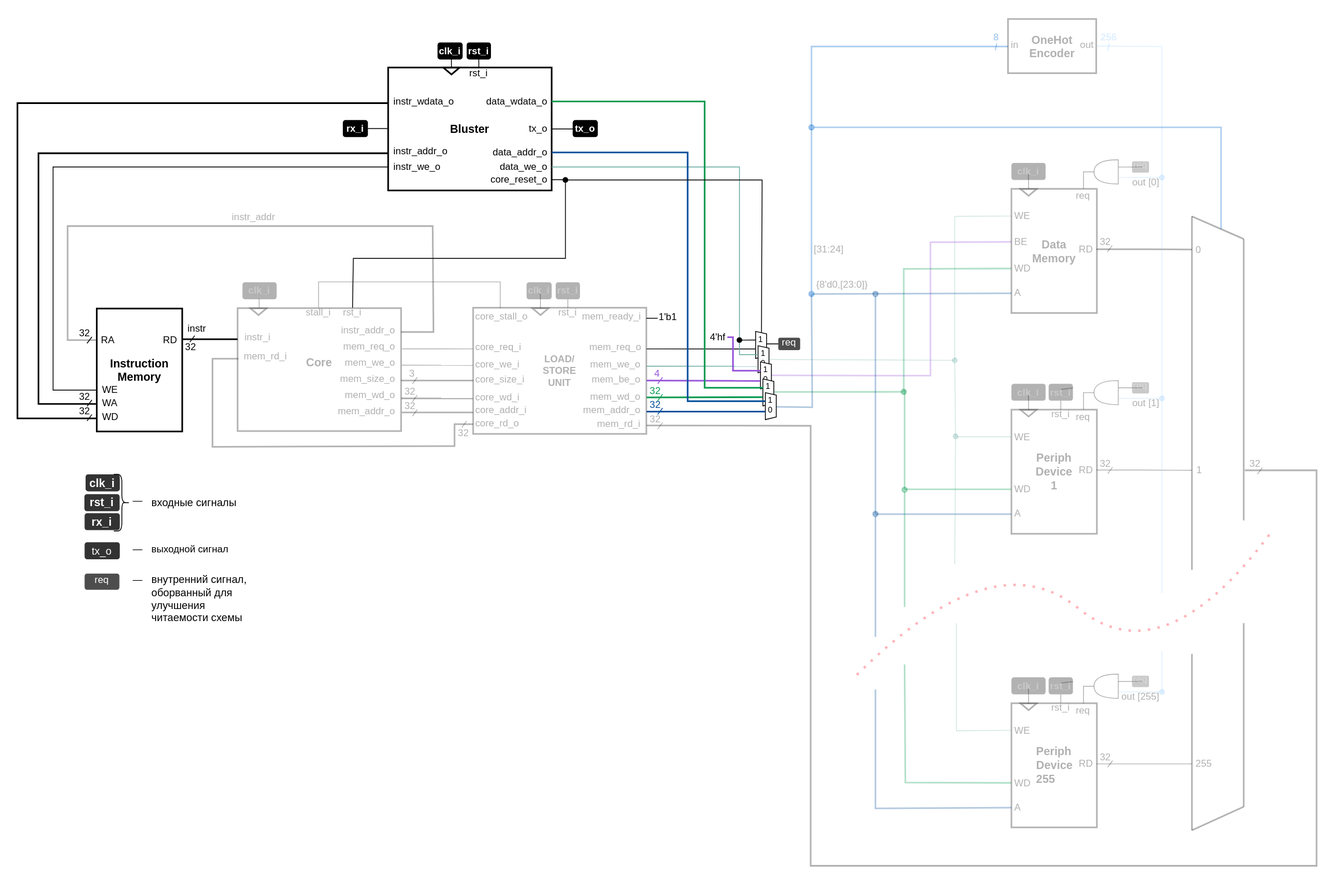
Earlier version of the draw.io export .pic/Labs/lab_15_programming_device/fig_04.drawio.svg (MPSU/APS). Source tidied: cells renumbered, new cells last; positions are measured from the earlier drawing's top-left corner, leaving out a move shared by most shapes.
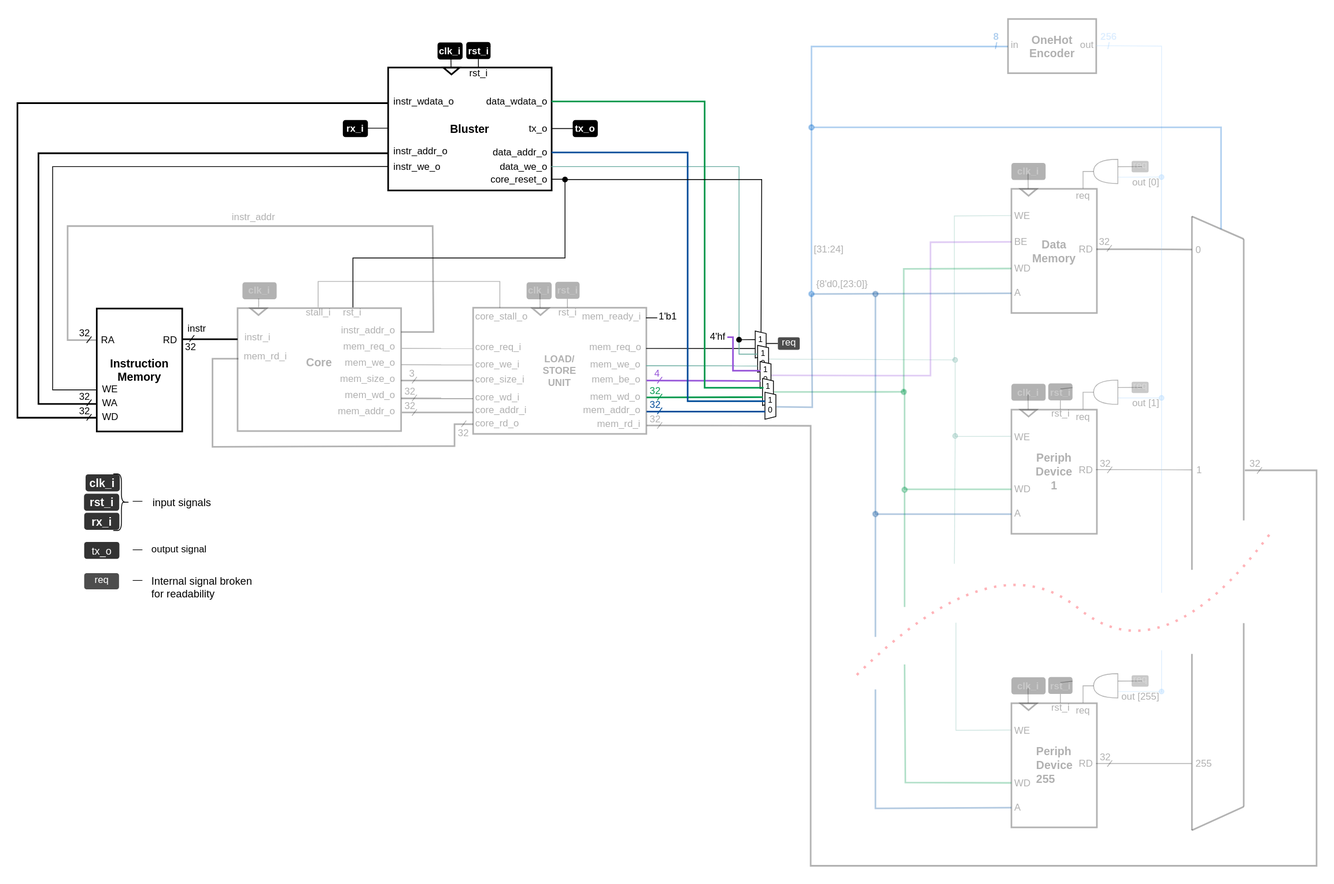
The same diagram one commit later.

The edit, as a diff of the source:
```diff
@@ -11,8 +11,8 @@
     <mxCell id="4" value="&lt;p style=&quot;line-height: 130%;&quot;&gt;&lt;font style=&quot;font-size: 14px;&quot;&gt;&lt;b&gt;rst_i&lt;/b&gt;&lt;/font&gt;&lt;/p&gt;" style="text;html=1;strokeColor=none;fillColor=#333333;align=center;verticalAlign=middle;whiteSpace=wrap;rounded=1;fontSize=13;fontColor=#FFFFFF;comic=0;jiggle=0.5;" parent="1" vertex="1">
       <mxGeometry x="82.8" y="590.5" width="43.5" height="21" as="geometry" />
     </mxCell>
-    <mxCell id="5" value="&lt;font style=&quot;font-size: 13px;&quot;&gt;входные сигналы&lt;/font&gt;" style="text;html=1;align=center;verticalAlign=middle;strokeColor=none;fillColor=none;comic=0;" parent="1" vertex="1">
-      <mxGeometry x="156.3" y="586.7" width="124" height="29" as="geometry" />
+    <mxCell id="5" value="&lt;font style=&quot;font-size: 13px;&quot;&gt;input signals&lt;/font&gt;" style="text;html=1;align=center;verticalAlign=middle;strokeColor=none;fillColor=none;comic=0;" parent="1" vertex="1">
+      <mxGeometry x="157" y="586.5" width="91" height="29" as="geometry" />
     </mxCell>
     <mxCell id="6" style="endArrow=none;dashed=1;html=1;dashPattern=1 3;strokeWidth=3;curved=1;strokeColor=#FF0516;fillOpacity=30;strokeOpacity=30;textOpacity=30;" parent="1" edge="1">
       <mxGeometry relative="1" as="geometry">
@@ -48,8 +48,8 @@
     <mxCell id="11" value="req" style="text;html=1;strokeColor=none;fillColor=#4D4D4D;align=center;verticalAlign=middle;whiteSpace=wrap;rounded=1;comic=0;spacing=0;spacingBottom=4;fontColor=#FFFFFF;" parent="1" vertex="1">
       <mxGeometry x="83" y="688.7" width="43" height="20" as="geometry" />
     </mxCell>
-    <mxCell id="12" value="&lt;div align=&quot;left&quot;&gt;&lt;font style=&quot;font-size: 13px;&quot;&gt;внутренний сигнал, оборванный для улучшения читаемости схемы&lt;/font&gt;&lt;br&gt;&lt;/div&gt;" style="text;html=1;strokeColor=none;fillColor=none;align=left;verticalAlign=middle;whiteSpace=wrap;rounded=0;" parent="1" vertex="1">
-      <mxGeometry x="164" y="682.2" width="131" height="76" as="geometry" />
+    <mxCell id="12" value="&lt;div align=&quot;left&quot;&gt;&lt;font style=&quot;font-size: 13px;&quot;&gt;Internal signal broken for readability&lt;/font&gt;&lt;br&gt;&lt;/div&gt;" style="text;html=1;strokeColor=none;fillColor=none;align=left;verticalAlign=middle;whiteSpace=wrap;rounded=0;" parent="1" vertex="1">
+      <mxGeometry x="164" y="668" width="131" height="76" as="geometry" />
     </mxCell>
     <mxCell id="13" value="—" style="text;html=1;strokeColor=none;fillColor=none;align=center;verticalAlign=middle;whiteSpace=wrap;rounded=0;" parent="1" vertex="1">
       <mxGeometry x="119" y="681.7" width="60" height="30" as="geometry" />
@@ -1037,7 +1037,7 @@
     <mxCell id="234" value="—" style="text;html=1;strokeColor=none;fillColor=none;align=center;verticalAlign=middle;whiteSpace=wrap;rounded=0;" parent="1" vertex="1">
       <mxGeometry x="119" y="643.7" width="60" height="30" as="geometry" />
     </mxCell>
-    <mxCell id="235" value="выходной сигнал" style="text;html=1;strokeColor=none;fillColor=none;align=left;verticalAlign=middle;whiteSpace=wrap;rounded=0;" parent="1" vertex="1">
+    <mxCell id="235" value="output signal" style="text;html=1;strokeColor=none;fillColor=none;align=left;verticalAlign=middle;whiteSpace=wrap;rounded=0;" parent="1" vertex="1">
       <mxGeometry x="164" y="645.2" width="101" height="27.8" as="geometry" />
     </mxCell>
   </root>
```
